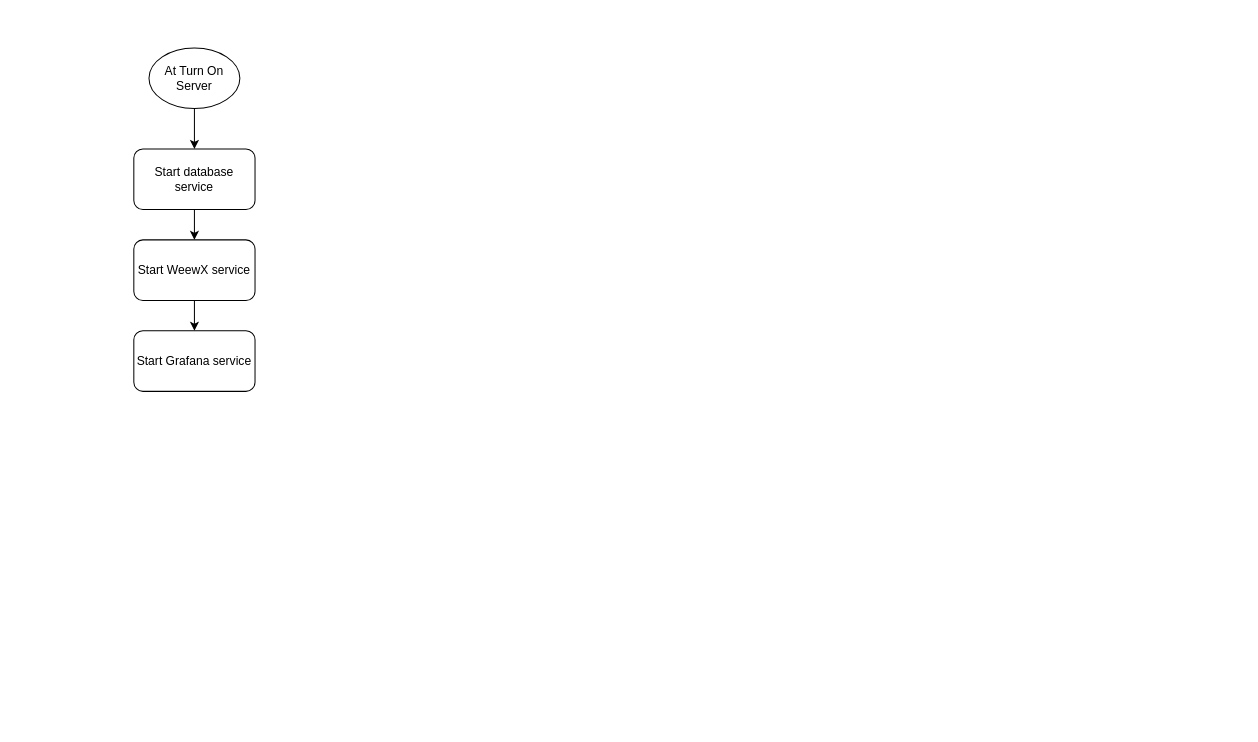
This is imgs/Untitled Diagram.drawio from ElectronicaYopal/WeatherStationsUniSanGil, a draw.io file, before an edit. Source tidied: cells renumbered, new cells numbered last; positions are measured from the earlier drawing's top-left corner, leaving out a move shared by most shapes. Both pictures are drawn from the tidied source at 101%, with x=0, y=0 at pixel (133, 47). Pictures stored in the file or linked from it are replaced by grey dashed boxes.
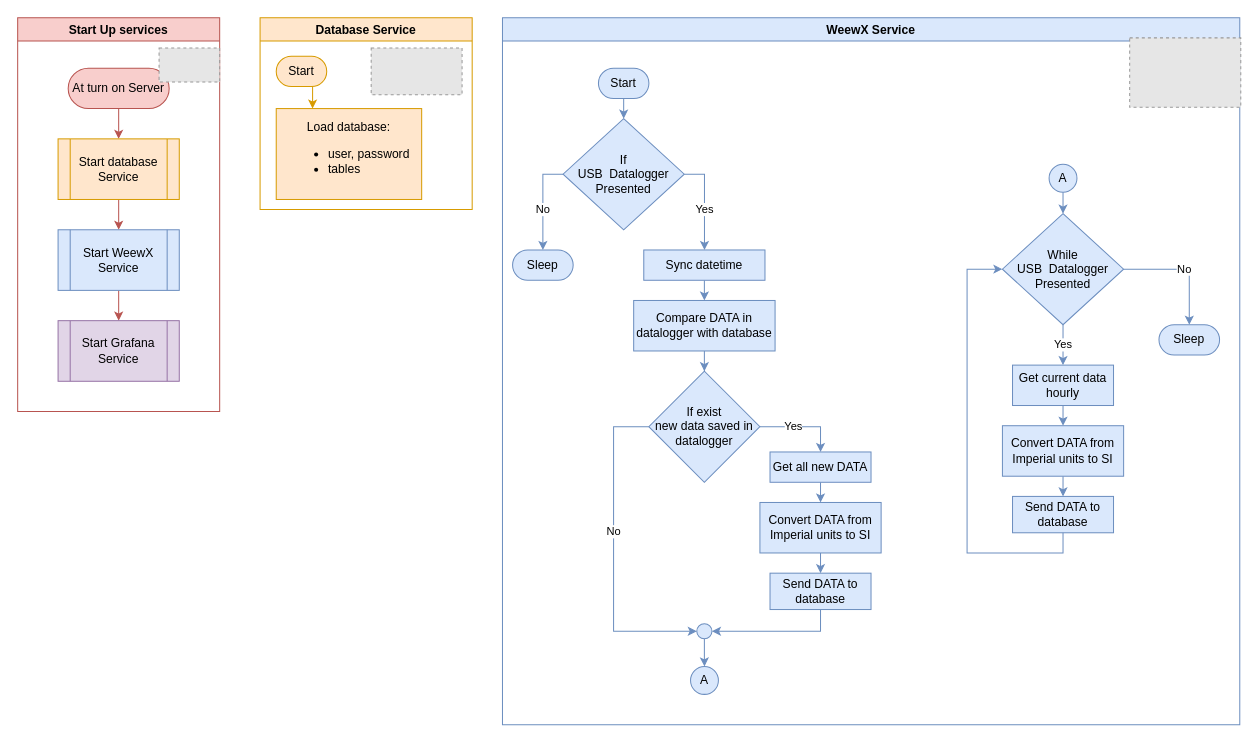
After the change.

Change to the diagram source:
```diff
@@
-    <mxCell id="2" style="edgeStyle=orthogonalEdgeStyle;rounded=0;jettySize=auto;html=1;exitX=0.5;exitY=1;exitDx=0;exitDy=0;" parent="1" edge="1" source="3" target="5">
-      <mxGeometry relative="1" as="geometry" />
-    </mxCell>
-    <mxCell id="3" value="At Turn On Server" style="ellipse;whiteSpace=wrap;html=1;" parent="1" vertex="1">
-      <mxGeometry x="15" width="90" height="60" as="geometry" />
-    </mxCell>
-    <mxCell id="4" style="edgeStyle=orthogonalEdgeStyle;rounded=0;jettySize=auto;html=1;exitX=0.5;exitY=1;exitDx=0;exitDy=0;entryX=0.5;entryY=0;entryDx=0;entryDy=0;" parent="1" edge="1" source="5" target="7">
-      <mxGeometry relative="1" as="geometry" />
-    </mxCell>
-    <mxCell id="5" value="Start database service" style="rounded=1;whiteSpace=wrap;html=1;" parent="1" vertex="1">
-      <mxGeometry y="100" width="120" height="60" as="geometry" />
-    </mxCell>
-    <mxCell id="6" style="edgeStyle=orthogonalEdgeStyle;rounded=0;jettySize=auto;html=1;" parent="1" edge="1" source="7" target="8">
-      <mxGeometry relative="1" as="geometry" />
-    </mxCell>
-    <mxCell id="7" value="Start WeewX service" style="rounded=1;whiteSpace=wrap;html=1;" parent="1" vertex="1">
-      <mxGeometry y="190" width="120" height="60" as="geometry" />
-    </mxCell>
-    <mxCell id="8" value="Start Grafana service" style="rounded=1;whiteSpace=wrap;html=1;" parent="1" vertex="1">
-      <mxGeometry y="280" width="120" height="60" as="geometry" />
-    </mxCell>
+    <mxCell id="9" value="Start Up services" style="swimlane;fillColor=#f8cecc;strokeColor=#b85450;" parent="1" vertex="1">
+      <mxGeometry x="-115" y="-30" width="200" height="390" as="geometry" />
+    </mxCell>
+    <mxCell id="10" style="edgeStyle=orthogonalEdgeStyle;rounded=0;jettySize=auto;html=1;entryX=0.5;entryY=0;entryDx=0;entryDy=0;exitX=0.5;exitY=1;exitDx=0;exitDy=0;fillColor=#f8cecc;strokeColor=#b85450;" parent="9" edge="1" source="17" target="12">
+      <mxGeometry relative="1" as="geometry" />
+    </mxCell>
+    <mxCell id="11" style="edgeStyle=orthogonalEdgeStyle;rounded=0;jettySize=auto;html=1;exitX=0.5;exitY=1;exitDx=0;exitDy=0;entryX=0.5;entryY=0;entryDx=0;entryDy=0;fillColor=#f8cecc;strokeColor=#b85450;" parent="9" edge="1" source="12" target="14">
+      <mxGeometry relative="1" as="geometry" />
+    </mxCell>
+    <mxCell id="12" value="Start database Service" style="shape=process;whiteSpace=wrap;html=1;backgroundOutline=1;fillColor=#ffe6cc;strokeColor=#d79b00;" parent="9" vertex="1">
+      <mxGeometry x="40" y="120" width="120" height="60" as="geometry" />
+    </mxCell>
+    <mxCell id="13" style="edgeStyle=orthogonalEdgeStyle;rounded=0;jettySize=auto;html=1;exitX=0.5;exitY=1;exitDx=0;exitDy=0;entryX=0.5;entryY=0;entryDx=0;entryDy=0;fillColor=#f8cecc;strokeColor=#b85450;" parent="9" edge="1" source="14" target="15">
+      <mxGeometry relative="1" as="geometry" />
+    </mxCell>
+    <mxCell id="14" value="Start WeewX Service" style="shape=process;whiteSpace=wrap;html=1;backgroundOutline=1;fillColor=#dae8fc;strokeColor=#6c8ebf;" parent="9" vertex="1">
+      <mxGeometry x="40" y="210" width="120" height="60" as="geometry" />
+    </mxCell>
+    <mxCell id="15" value="Start Grafana Service" style="shape=process;whiteSpace=wrap;html=1;backgroundOutline=1;fillColor=#e1d5e7;strokeColor=#9673a6;" parent="9" vertex="1">
+      <mxGeometry x="40" y="300" width="120" height="60" as="geometry" />
+    </mxCell>
+    <mxCell id="16" style="edgeStyle=orthogonalEdgeStyle;rounded=0;orthogonalLoop=1;jettySize=auto;html=1;exitX=0.5;exitY=1;exitDx=0;exitDy=0;fillColor=#f8cecc;strokeColor=#b85450;" parent="9" edge="1">
+      <mxGeometry relative="1" as="geometry">
+        <mxPoint x="100" y="90" as="sourcePoint" />
+        <mxPoint x="100" y="90" as="targetPoint" />
+      </mxGeometry>
+    </mxCell>
+    <mxCell id="17" value="At turn on Server" style="rounded=1;whiteSpace=wrap;html=1;fillColor=#f8cecc;strokeColor=#b85450;arcSize=50;" parent="9" vertex="1">
+      <mxGeometry x="50" y="50" width="100" height="40" as="geometry" />
+    </mxCell>
+    <mxCell id="18" style="fillColor=#E6E6E6;strokeColor=#999999;dashed=1;verticalLabelPosition=bottom;labelBackgroundColor=#ffffff;verticalAlign=top;" parent="9" vertex="1">
+      <mxGeometry x="140" y="30" width="60" height="33.8" as="geometry" />
+    </mxCell>
+    <mxCell id="19" value="Database Service" style="swimlane;fillColor=#ffe6cc;strokeColor=#d79b00;" parent="1" vertex="1">
+      <mxGeometry x="125" y="-30" width="210" height="190" as="geometry" />
+    </mxCell>
+    <mxCell id="20" style="fillColor=#E6E6E6;strokeColor=#999999;dashed=1;verticalLabelPosition=bottom;labelBackgroundColor=#ffffff;verticalAlign=top;" parent="19" vertex="1">
+      <mxGeometry x="110" y="30" width="90" height="46.3" as="geometry" />
+    </mxCell>
+    <mxCell id="21" style="edgeStyle=orthogonalEdgeStyle;rounded=0;jettySize=auto;html=1;exitX=0.5;exitY=1;exitDx=0;exitDy=0;entryX=0.25;entryY=0;entryDx=0;entryDy=0;fillColor=#ffe6cc;strokeColor=#d79b00;" parent="19" edge="1" source="22" target="23">
+      <mxGeometry relative="1" as="geometry" />
+    </mxCell>
+    <mxCell id="22" value="Start" style="rounded=1;whiteSpace=wrap;html=1;fillColor=#ffe6cc;strokeColor=#d79b00;arcSize=50;" parent="19" vertex="1">
+      <mxGeometry x="16" y="38.2" width="50" height="30" as="geometry" />
+    </mxCell>
+    <mxCell id="23" value="Load database:&lt;br&gt;&lt;div align=&quot;left&quot;&gt;&lt;ul&gt;&lt;li&gt;user, password&lt;/li&gt;&lt;li&gt;tables&lt;/li&gt;&lt;/ul&gt;&lt;/div&gt;" style="rounded=0;whiteSpace=wrap;html=1;fillColor=#ffe6cc;strokeColor=#d79b00;" parent="19" vertex="1">
+      <mxGeometry x="16" y="90" width="144" height="90" as="geometry" />
+    </mxCell>
+    <mxCell id="24" value="WeewX Service" style="swimlane;fillColor=#dae8fc;strokeColor=#6c8ebf;" parent="1" vertex="1">
+      <mxGeometry x="365" y="-30" width="730" height="700" as="geometry" />
+    </mxCell>
+    <mxCell id="25" style="fillColor=#E6E6E6;strokeColor=#999999;dashed=1;verticalLabelPosition=bottom;labelBackgroundColor=#ffffff;verticalAlign=top;" parent="24" vertex="1">
+      <mxGeometry x="621" y="20" width="110" height="68.8" as="geometry" />
+    </mxCell>
+    <mxCell id="26" value="Yes" style="edgeStyle=orthogonalEdgeStyle;rounded=0;jumpStyle=none;jettySize=auto;html=1;exitX=1;exitY=0.5;exitDx=0;exitDy=0;entryX=0.5;entryY=0;entryDx=0;entryDy=0;fillColor=#dae8fc;strokeColor=#6c8ebf;" parent="24" edge="1" source="28" target="40">
+      <mxGeometry x="0.16" relative="1" as="geometry" />
+    </mxCell>
+    <mxCell id="27" value="No" style="edgeStyle=orthogonalEdgeStyle;rounded=0;jumpStyle=none;jettySize=auto;html=1;exitX=0;exitY=0.5;exitDx=0;exitDy=0;entryX=0.5;entryY=0;entryDx=0;entryDy=0;entryPerimeter=0;fillColor=#dae8fc;strokeColor=#6c8ebf;" parent="24" edge="1" source="28" target="54">
+      <mxGeometry x="0.16" relative="1" as="geometry" />
+    </mxCell>
+    <mxCell id="28" value="If&lt;br&gt;USB&amp;nbsp; Datalogger Presented" style="rhombus;whiteSpace=wrap;html=1;fillColor=#dae8fc;strokeColor=#6c8ebf;" parent="24" vertex="1">
+      <mxGeometry x="60" y="100" width="120" height="110" as="geometry" />
+    </mxCell>
+    <mxCell id="29" style="edgeStyle=orthogonalEdgeStyle;rounded=0;jumpStyle=none;jettySize=auto;html=1;exitX=0.5;exitY=1;exitDx=0;exitDy=0;entryX=0.5;entryY=0;entryDx=0;entryDy=0;fillColor=#dae8fc;strokeColor=#6c8ebf;" parent="24" edge="1" source="30" target="28">
+      <mxGeometry relative="1" as="geometry" />
+    </mxCell>
+    <mxCell id="30" value="Start" style="rounded=1;whiteSpace=wrap;html=1;fillColor=#dae8fc;strokeColor=#6c8ebf;arcSize=50;" parent="24" vertex="1">
+      <mxGeometry x="95" y="50" width="50" height="30" as="geometry" />
+    </mxCell>
+    <mxCell id="31" style="edgeStyle=orthogonalEdgeStyle;rounded=0;jumpStyle=none;jettySize=auto;html=1;exitX=0.5;exitY=1;exitDx=0;exitDy=0;entryX=0.5;entryY=0;entryDx=0;entryDy=0;fillColor=#dae8fc;strokeColor=#6c8ebf;" parent="24" edge="1" source="32" target="56">
+      <mxGeometry relative="1" as="geometry" />
+    </mxCell>
+    <mxCell id="32" value="Get current data hourly" style="rounded=0;whiteSpace=wrap;html=1;fillColor=#dae8fc;strokeColor=#6c8ebf;" parent="24" vertex="1">
+      <mxGeometry x="505" y="344" width="100" height="40" as="geometry" />
+    </mxCell>
+    <mxCell id="33" value="Yes" style="edgeStyle=orthogonalEdgeStyle;rounded=0;jumpStyle=none;jettySize=auto;html=1;exitX=0.5;exitY=0;exitDx=0;exitDy=0;entryX=0.5;entryY=0;entryDx=0;entryDy=0;fillColor=#dae8fc;strokeColor=#6c8ebf;" parent="24" edge="1" source="34" target="36">
+      <mxGeometry x="-0.22" relative="1" as="geometry" />
+    </mxCell>
+    <mxCell id="34" value="If exist&lt;br&gt;new data saved in datalogger" style="rhombus;whiteSpace=wrap;html=1;rounded=0;direction=south;fillColor=#dae8fc;strokeColor=#6c8ebf;" parent="24" vertex="1">
+      <mxGeometry x="144.9" y="350" width="110" height="110" as="geometry" />
+    </mxCell>
+    <mxCell id="35" style="edgeStyle=orthogonalEdgeStyle;rounded=0;jumpStyle=none;jettySize=auto;html=1;exitX=0.5;exitY=1;exitDx=0;exitDy=0;entryX=0.5;entryY=0;entryDx=0;entryDy=0;fillColor=#dae8fc;strokeColor=#6c8ebf;" parent="24" edge="1" source="36" target="38">
+      <mxGeometry relative="1" as="geometry" />
+    </mxCell>
+    <mxCell id="36" value="Get all new DATA" style="whiteSpace=wrap;html=1;rounded=0;fillColor=#dae8fc;strokeColor=#6c8ebf;" parent="24" vertex="1">
+      <mxGeometry x="264.9" y="430" width="100" height="30" as="geometry" />
+    </mxCell>
+    <mxCell id="37" style="edgeStyle=orthogonalEdgeStyle;rounded=0;jumpStyle=none;jettySize=auto;html=1;exitX=0.5;exitY=1;exitDx=0;exitDy=0;entryX=0.5;entryY=0;entryDx=0;entryDy=0;fillColor=#dae8fc;strokeColor=#6c8ebf;" parent="24" edge="1" source="38" target="46">
+      <mxGeometry relative="1" as="geometry" />
+    </mxCell>
+    <mxCell id="38" value="Convert DATA from Imperial units to SI" style="whiteSpace=wrap;html=1;rounded=0;fillColor=#dae8fc;strokeColor=#6c8ebf;" parent="24" vertex="1">
+      <mxGeometry x="254.9" y="480" width="120" height="50" as="geometry" />
+    </mxCell>
+    <mxCell id="39" style="edgeStyle=orthogonalEdgeStyle;rounded=0;jumpStyle=none;jettySize=auto;html=1;exitX=0.5;exitY=1;exitDx=0;exitDy=0;entryX=0.5;entryY=0;entryDx=0;entryDy=0;fillColor=#dae8fc;strokeColor=#6c8ebf;" parent="24" edge="1" source="40" target="42">
+      <mxGeometry relative="1" as="geometry" />
+    </mxCell>
+    <mxCell id="40" value="Sync datetime " style="whiteSpace=wrap;html=1;fillColor=#dae8fc;strokeColor=#6c8ebf;" parent="24" vertex="1">
+      <mxGeometry x="139.9" y="230" width="120" height="30" as="geometry" />
+    </mxCell>
+    <mxCell id="41" style="edgeStyle=orthogonalEdgeStyle;rounded=0;jumpStyle=none;jettySize=auto;html=1;exitX=0.5;exitY=1;exitDx=0;exitDy=0;fillColor=#dae8fc;strokeColor=#6c8ebf;" parent="24" edge="1" source="42" target="34">
+      <mxGeometry relative="1" as="geometry" />
+    </mxCell>
+    <mxCell id="42" value="Compare DATA in datalogger with database" style="whiteSpace=wrap;html=1;fillColor=#dae8fc;strokeColor=#6c8ebf;" parent="24" vertex="1">
+      <mxGeometry x="129.9" y="280" width="140" height="50" as="geometry" />
+    </mxCell>
+    <mxCell id="43" style="ellipse;whiteSpace=wrap;html=1;fillColor=#dae8fc;strokeColor=#6c8ebf;" parent="24" vertex="1">
+      <mxGeometry x="192.4" y="600" width="15" height="15" as="geometry" />
+    </mxCell>
+    <mxCell id="44" value="No" style="edgeStyle=orthogonalEdgeStyle;rounded=0;jumpStyle=none;jettySize=auto;html=1;entryX=0;entryY=0.5;entryDx=0;entryDy=0;exitX=0.5;exitY=1;exitDx=0;exitDy=0;fillColor=#dae8fc;strokeColor=#6c8ebf;" parent="24" edge="1" source="34" target="43">
+      <mxGeometry x="-0.13" relative="1" as="geometry">
+        <Array as="points">
+          <mxPoint x="110" y="405" />
+          <mxPoint x="110" y="608" />
+        </Array>
+      </mxGeometry>
+    </mxCell>
+    <mxCell id="45" style="edgeStyle=orthogonalEdgeStyle;rounded=0;jumpStyle=none;jettySize=auto;html=1;exitX=0.5;exitY=1;exitDx=0;exitDy=0;entryX=1;entryY=0.5;entryDx=0;entryDy=0;fillColor=#dae8fc;strokeColor=#6c8ebf;" parent="24" edge="1" source="46" target="43">
+      <mxGeometry relative="1" as="geometry" />
+    </mxCell>
+    <mxCell id="46" value="Send DATA to database" style="whiteSpace=wrap;html=1;rounded=0;fillColor=#dae8fc;strokeColor=#6c8ebf;" parent="24" vertex="1">
+      <mxGeometry x="264.9" y="550" width="100" height="36" as="geometry" />
+    </mxCell>
+    <mxCell id="47" value="A" style="ellipse;whiteSpace=wrap;html=1;fillColor=#dae8fc;strokeColor=#6c8ebf;" parent="24" vertex="1">
+      <mxGeometry x="186.2" y="642.4" width="27.6" height="27.6" as="geometry" />
+    </mxCell>
+    <mxCell id="48" style="edgeStyle=orthogonalEdgeStyle;rounded=0;jumpStyle=none;jettySize=auto;html=1;fillColor=#dae8fc;strokeColor=#6c8ebf;" parent="24" edge="1" source="43" target="47">
+      <mxGeometry relative="1" as="geometry" />
+    </mxCell>
+    <mxCell id="49" style="edgeStyle=orthogonalEdgeStyle;rounded=0;jumpStyle=none;jettySize=auto;html=1;exitX=0.5;exitY=1;exitDx=0;exitDy=0;fillColor=#dae8fc;strokeColor=#6c8ebf;" parent="24" edge="1" source="50" target="53">
+      <mxGeometry relative="1" as="geometry" />
+    </mxCell>
+    <mxCell id="50" value="A" style="ellipse;whiteSpace=wrap;html=1;fillColor=#dae8fc;strokeColor=#6c8ebf;" parent="24" vertex="1">
+      <mxGeometry x="541.2" y="145.2" width="27.6" height="27.6" as="geometry" />
+    </mxCell>
+    <mxCell id="51" value="Yes" style="edgeStyle=orthogonalEdgeStyle;rounded=0;jumpStyle=none;jettySize=auto;html=1;exitX=0.5;exitY=1;exitDx=0;exitDy=0;entryX=0.5;entryY=0;entryDx=0;entryDy=0;fillColor=#dae8fc;strokeColor=#6c8ebf;" parent="24" edge="1" source="53" target="32">
+      <mxGeometry relative="1" as="geometry" />
+    </mxCell>
+    <mxCell id="52" value="No" style="edgeStyle=orthogonalEdgeStyle;rounded=0;jumpStyle=none;jettySize=auto;html=1;exitX=1;exitY=0.5;exitDx=0;exitDy=0;entryX=0.5;entryY=0;entryDx=0;entryDy=0;fillColor=#dae8fc;strokeColor=#6c8ebf;" parent="24" edge="1" source="53" target="59">
+      <mxGeometry relative="1" as="geometry" />
+    </mxCell>
+    <mxCell id="53" value="While&lt;br&gt;USB&amp;nbsp; Datalogger Presented" style="rhombus;whiteSpace=wrap;html=1;fillColor=#dae8fc;strokeColor=#6c8ebf;" parent="24" vertex="1">
+      <mxGeometry x="495" y="194" width="120" height="110" as="geometry" />
+    </mxCell>
+    <mxCell id="54" value="Sleep" style="rounded=1;whiteSpace=wrap;html=1;fillColor=#dae8fc;strokeColor=#6c8ebf;arcSize=50;" parent="24" vertex="1">
+      <mxGeometry x="10" y="230" width="60" height="30" as="geometry" />
+    </mxCell>
+    <mxCell id="55" style="edgeStyle=orthogonalEdgeStyle;rounded=0;jumpStyle=none;jettySize=auto;html=1;exitX=0.5;exitY=1;exitDx=0;exitDy=0;entryX=0.5;entryY=0;entryDx=0;entryDy=0;fillColor=#dae8fc;strokeColor=#6c8ebf;" parent="24" edge="1" source="56" target="57">
+      <mxGeometry relative="1" as="geometry" />
+    </mxCell>
+    <mxCell id="56" value="Convert DATA from Imperial units to SI" style="whiteSpace=wrap;html=1;rounded=0;fillColor=#dae8fc;strokeColor=#6c8ebf;" parent="24" vertex="1">
+      <mxGeometry x="495" y="404" width="120" height="50" as="geometry" />
+    </mxCell>
+    <mxCell id="57" value="Send DATA to database" style="whiteSpace=wrap;html=1;rounded=0;fillColor=#dae8fc;strokeColor=#6c8ebf;" parent="24" vertex="1">
+      <mxGeometry x="505" y="474" width="100" height="36" as="geometry" />
+    </mxCell>
+    <mxCell id="58" style="edgeStyle=orthogonalEdgeStyle;rounded=0;jumpStyle=none;jettySize=auto;html=1;exitX=0.5;exitY=1;exitDx=0;exitDy=0;entryX=0;entryY=0.5;entryDx=0;entryDy=0;fillColor=#dae8fc;strokeColor=#6c8ebf;" parent="24" edge="1" source="57" target="53">
+      <mxGeometry relative="1" as="geometry">
+        <Array as="points">
+          <mxPoint x="555" y="530" />
+          <mxPoint x="460" y="530" />
+          <mxPoint x="460" y="249" />
+        </Array>
+      </mxGeometry>
+    </mxCell>
+    <mxCell id="59" value="Sleep" style="rounded=1;whiteSpace=wrap;html=1;fillColor=#dae8fc;strokeColor=#6c8ebf;arcSize=50;" parent="24" vertex="1">
+      <mxGeometry x="650" y="304" width="60" height="30" as="geometry" />
+    </mxCell>
```
